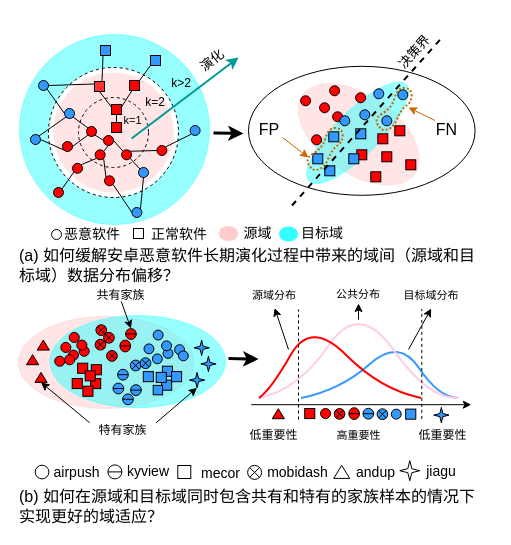
The draw.io diagram introductionFig_汉化.drawio in sunray42/diagrams, before the edit. Source tidied: cells renumbered, new cells numbered last; positions are measured from the earlier drawing's top-left corner, leaving out a move shared by most shapes. Both pictures are drawn from the tidied source at 100%, with x=0, y=0 at pixel (17, 32).
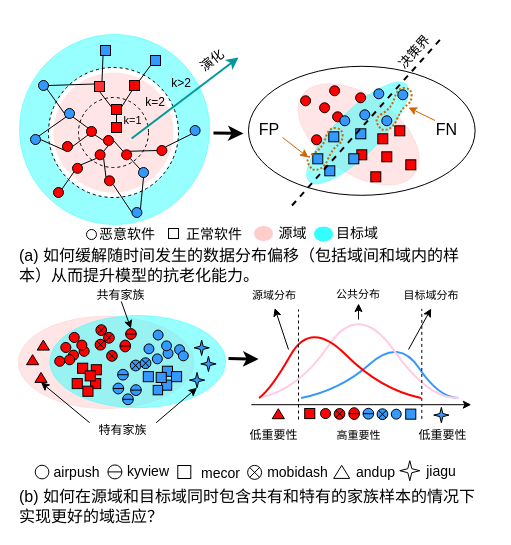
After the change.

What changed in the source:
```diff
@@
     <mxCell id="55" style="ellipse;whiteSpace=wrap;html=1;strokeColor=#000000;fillColor=#FFFFFF;" parent="1" vertex="1">
-      <mxGeometry x="34" y="197" width="10" height="10" as="geometry" />
+      <mxGeometry x="69" y="197" width="10" height="10" as="geometry" />
     </mxCell>
     <mxCell id="56" value="&lt;span style=&quot;font-size: 14px;&quot;&gt;恶意软件&lt;/span&gt;" style="text;html=1;strokeColor=none;fillColor=none;align=center;verticalAlign=middle;whiteSpace=wrap;rounded=0;fontSize=16;" parent="1" vertex="1">
-      <mxGeometry x="42" y="186" width="66" height="30" as="geometry" />
+      <mxGeometry x="77" y="186" width="66" height="30" as="geometry" />
     </mxCell>
     <mxCell id="57" style="whiteSpace=wrap;html=1;strokeColor=#000000;fillColor=#FFFFFF;" parent="1" vertex="1">
-      <mxGeometry x="116" y="196" width="10" height="10" as="geometry" />
+      <mxGeometry x="151" y="196" width="10" height="10" as="geometry" />
     </mxCell>
     <mxCell id="58" value="&lt;span style=&quot;font-size: 14px;&quot;&gt;正常软件&lt;/span&gt;" style="text;html=1;strokeColor=none;fillColor=none;align=center;verticalAlign=middle;whiteSpace=wrap;rounded=0;fontSize=16;" parent="1" vertex="1">
-      <mxGeometry x="129" y="186" width="66" height="30" as="geometry" />
+      <mxGeometry x="164" y="186" width="66" height="30" as="geometry" />
     </mxCell>
     <mxCell id="59" style="ellipse;whiteSpace=wrap;html=1;strokeColor=#FFFFFF;fontSize=14;fillColor=#FFCCCC;gradientColor=none;" parent="1" vertex="1">
-      <mxGeometry x="201" y="193" width="20" height="16" as="geometry" />
+      <mxGeometry x="236" y="193" width="20" height="16" as="geometry" />
     </mxCell>
     <mxCell id="60" style="ellipse;whiteSpace=wrap;html=1;strokeColor=#FFFFFF;fontSize=14;fillColor=#33FFFF;gradientColor=none;" parent="1" vertex="1">
-      <mxGeometry x="261" y="193.5" width="20" height="16" as="geometry" />
+      <mxGeometry x="296" y="193.5" width="20" height="16" as="geometry" />
     </mxCell>
     <mxCell id="61" value="源域" style="text;html=1;strokeColor=none;fillColor=none;align=center;verticalAlign=middle;whiteSpace=wrap;rounded=0;fontSize=14;" parent="1" vertex="1">
-      <mxGeometry x="220.1" y="192" width="40.9" height="18" as="geometry" />
+      <mxGeometry x="255.1" y="192" width="40.9" height="18" as="geometry" />
     </mxCell>
     <mxCell id="62" value="目标域" style="text;html=1;strokeColor=none;fillColor=none;align=center;verticalAlign=middle;whiteSpace=wrap;rounded=0;fontSize=14;" parent="1" vertex="1">
-      <mxGeometry x="282" y="192.5" width="45.5" height="17" as="geometry" />
+      <mxGeometry x="317" y="192.5" width="45.5" height="17" as="geometry" />
     </mxCell>
@@
-    <mxCell id="118" value="&lt;font style=&quot;font-size: 16px;&quot;&gt;&lt;font style=&quot;font-size: 16px;&quot;&gt;(a) 如何缓解安卓恶意软件长期演化过程中带来的域间（源域和目标域）数据分布偏移？&lt;/font&gt;&lt;/font&gt;" style="text;html=1;strokeColor=none;fillColor=none;align=left;verticalAlign=middle;whiteSpace=wrap;rounded=0;fontSize=14;" parent="1" vertex="1">
+    <mxCell id="118" value="&lt;font style=&quot;font-size: 16px;&quot;&gt;&lt;font style=&quot;font-size: 16px;&quot;&gt;(a) 如何缓解随时间发生的数据分布偏移（包括域间和域内的样本）从而提升模型的抗老化能力。&lt;/font&gt;&lt;/font&gt;" style="text;html=1;strokeColor=none;fillColor=none;align=left;verticalAlign=middle;whiteSpace=wrap;rounded=0;fontSize=14;" parent="1" vertex="1">
       <mxGeometry x="0.3" y="205" width="460.7" height="56" as="geometry" />
     </mxCell>
```
